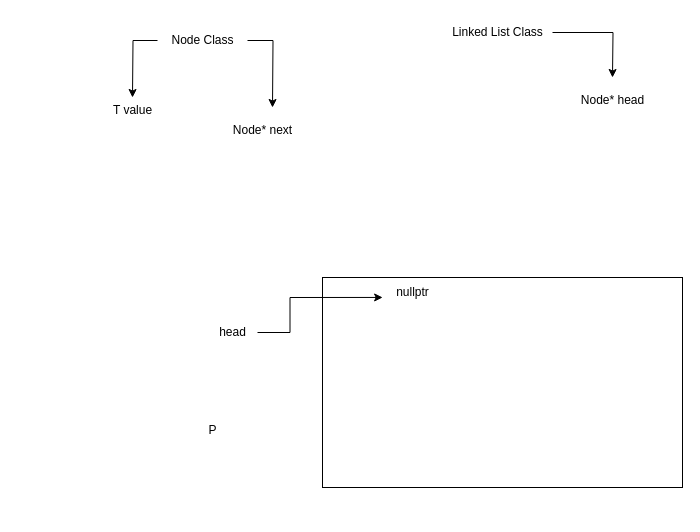
amrtlt95/RouteMiniIti keeps this draw.io diagram as Single Linked List.drawio. Above is the earlier version. Source tidied: cells renumbered, new cells numbered last; positions are measured from the earlier drawing's top-left corner, leaving out a move shared by most shapes. Both pictures are drawn from the tidied source at 100%, with x=0, y=0 at pixel (102, 17).
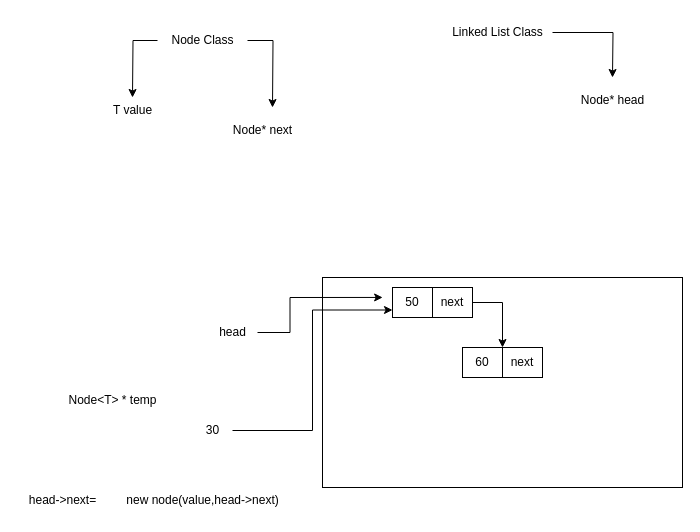
The same diagram, later.

Change to the diagram source:
```diff
@@
-    <mxCell id="13" value="nullptr" style="text;html=1;align=center;verticalAlign=middle;strokeColor=none;fillColor=none;" parent="1" vertex="1">
-      <mxGeometry x="280" y="260" width="60" height="30" as="geometry" />
-    </mxCell>
+    <mxCell id="15" style="edgeStyle=orthogonalEdgeStyle;rounded=0;jettySize=auto;html=1;entryX=0;entryY=0.75;entryDx=0;entryDy=0;" parent="1" edge="1" source="14" target="16">
+      <mxGeometry relative="1" as="geometry" />
+    </mxCell>
-    <mxCell id="14" value="P" style="text;html=1;align=center;verticalAlign=middle;points=[];strokeColor=none;fillColor=none;" parent="1" vertex="1">
-      <mxGeometry x="95" y="398" width="30" height="30" as="geometry" />
+    <mxCell id="14" value="30" style="text;html=1;align=center;verticalAlign=middle;points=[];strokeColor=none;fillColor=none;" parent="1" vertex="1">
+      <mxGeometry x="90" y="398" width="40" height="30" as="geometry" />
     </mxCell>
+    <mxCell id="16" value="50" style="rounded=0;whiteSpace=wrap;html=1;fillColor=none;" parent="1" vertex="1">
+      <mxGeometry x="290" y="270" width="40" height="30" as="geometry" />
+    </mxCell>
+    <mxCell id="17" style="edgeStyle=orthogonalEdgeStyle;rounded=0;jettySize=auto;html=1;entryX=0;entryY=0;entryDx=0;entryDy=0;" parent="1" edge="1" source="18" target="20">
+      <mxGeometry relative="1" as="geometry" />
+    </mxCell>
+    <mxCell id="18" value="next" style="rounded=0;whiteSpace=wrap;html=1;" parent="1" vertex="1">
+      <mxGeometry x="330" y="270" width="40" height="30" as="geometry" />
+    </mxCell>
+    <mxCell id="19" value="60" style="rounded=0;whiteSpace=wrap;html=1;fillColor=none;" parent="1" vertex="1">
+      <mxGeometry x="360" y="330" width="40" height="30" as="geometry" />
+    </mxCell>
+    <mxCell id="20" value="next" style="rounded=0;whiteSpace=wrap;html=1;" parent="1" vertex="1">
+      <mxGeometry x="400" y="330" width="40" height="30" as="geometry" />
+    </mxCell>
+    <mxCell id="21" value="Node&amp;lt;T&amp;gt; * temp" style="text;html=1;align=center;verticalAlign=middle;strokeColor=none;fillColor=none;" parent="1" vertex="1">
+      <mxGeometry x="-45" y="368" width="110" height="30" as="geometry" />
+    </mxCell>
+    <mxCell id="22" value="new node(value,head-&amp;gt;next)" style="text;html=1;align=center;verticalAlign=middle;strokeColor=none;fillColor=none;" parent="1" vertex="1">
+      <mxGeometry x="10" y="468" width="180" height="30" as="geometry" />
+    </mxCell>
+    <mxCell id="23" value="head-&amp;gt;next=" style="text;html=1;align=center;verticalAlign=middle;strokeColor=none;fillColor=none;" parent="1" vertex="1">
+      <mxGeometry x="-85" y="468" width="90" height="30" as="geometry" />
+    </mxCell>
```
